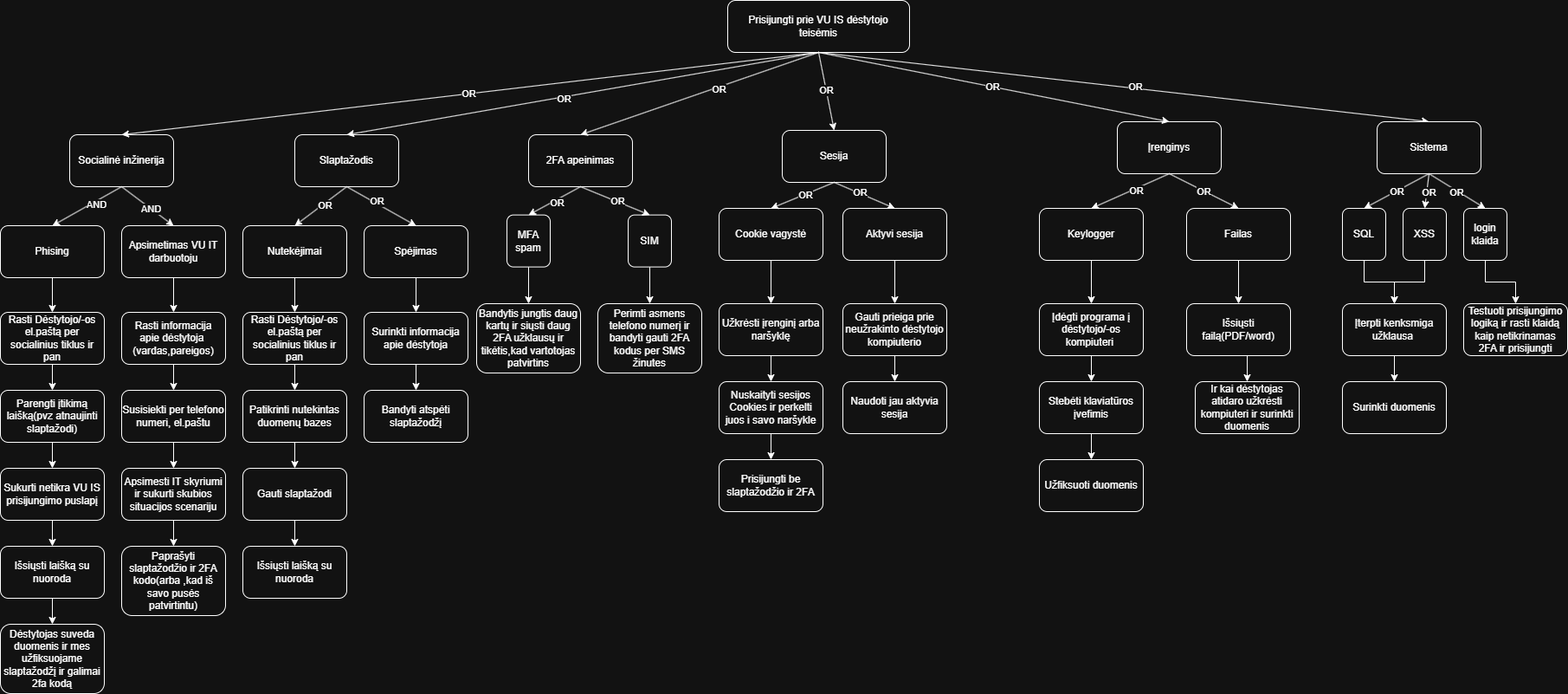
Earlier version of the draw.io export Diagrama be pavadinimo.drawio.png (ViktorijaPo/Notesapp). Source tidied: cells renumbered, new cells last; positions are measured from the earlier drawing's top-left corner, leaving out a move shared by most shapes.
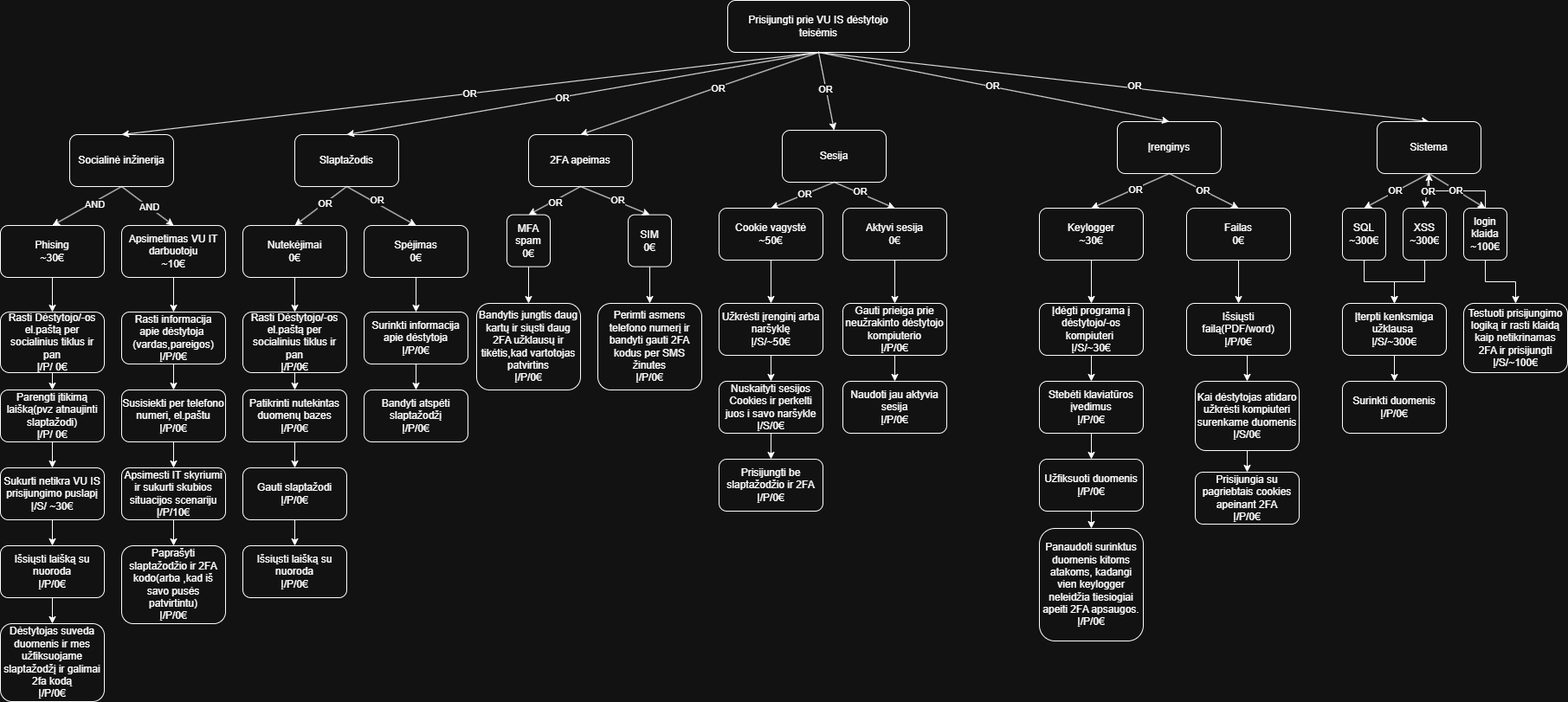
The same file after the commit.

What changed in the source:
```diff
@@ -16,3 +16,3 @@
     </mxCell>
-    <mxCell id="6" value="2FA apeinimas" style="rounded=1;whiteSpace=wrap;html=1;" parent="1" vertex="1">
+    <mxCell id="6" value="2FA apeimas" style="rounded=1;whiteSpace=wrap;html=1;" parent="1" vertex="1">
       <mxGeometry x="610" y="155" width="120" height="60" as="geometry" />
@@ -61,3 +61,3 @@
     </mxCell>
-    <mxCell id="21" value="Apsimetimas VU IT darbuotoju" style="rounded=1;whiteSpace=wrap;html=1;" parent="1" vertex="1">
+    <mxCell id="21" value="Apsimetimas VU IT darbuotoju&lt;div&gt;~10€&lt;/div&gt;" style="rounded=1;whiteSpace=wrap;html=1;" parent="1" vertex="1">
       <mxGeometry x="140" y="260" width="120" height="60" as="geometry" />
@@ -67,3 +67,3 @@
     </mxCell>
-    <mxCell id="23" value="Phising" style="rounded=1;whiteSpace=wrap;html=1;" parent="1" vertex="1">
+    <mxCell id="23" value="Phising&lt;div&gt;~30€&lt;/div&gt;" style="rounded=1;whiteSpace=wrap;html=1;" parent="1" vertex="1">
       <mxGeometry y="260" width="120" height="60" as="geometry" />
@@ -82,3 +82,3 @@
     </mxCell>
-    <mxCell id="28" value="Spėjimas" style="rounded=1;whiteSpace=wrap;html=1;" parent="1" vertex="1">
+    <mxCell id="28" value="Spėjimas&lt;div&gt;0€&lt;/div&gt;" style="rounded=1;whiteSpace=wrap;html=1;" parent="1" vertex="1">
       <mxGeometry x="420" y="260" width="120" height="60" as="geometry" />
@@ -88,3 +88,3 @@
     </mxCell>
-    <mxCell id="30" value="Nutekėjimai" style="rounded=1;whiteSpace=wrap;html=1;" parent="1" vertex="1">
+    <mxCell id="30" value="Nutekėjimai&lt;div&gt;0€&lt;/div&gt;" style="rounded=1;whiteSpace=wrap;html=1;" parent="1" vertex="1">
       <mxGeometry x="280" y="260" width="120" height="60" as="geometry" />
@@ -106,3 +106,3 @@
     </mxCell>
-    <mxCell id="36" value="MFA spam" style="rounded=1;whiteSpace=wrap;html=1;" parent="1" vertex="1">
+    <mxCell id="36" value="MFA spam&lt;div&gt;0€&lt;/div&gt;" style="rounded=1;whiteSpace=wrap;html=1;" parent="1" vertex="1">
       <mxGeometry x="585" y="247.6" width="50" height="60" as="geometry" />
@@ -112,3 +112,3 @@
     </mxCell>
-    <mxCell id="38" value="SIM" style="rounded=1;whiteSpace=wrap;html=1;" parent="1" vertex="1">
+    <mxCell id="38" value="SIM&lt;div&gt;0€&lt;/div&gt;" style="rounded=1;whiteSpace=wrap;html=1;" parent="1" vertex="1">
       <mxGeometry x="725" y="247.6" width="50" height="60" as="geometry" />
@@ -129,3 +129,3 @@
     </mxCell>
-    <mxCell id="43" value="Aktyvi sesija" style="rounded=1;whiteSpace=wrap;html=1;" parent="1" vertex="1">
+    <mxCell id="43" value="Aktyvi sesija&lt;div&gt;0€&lt;/div&gt;" style="rounded=1;whiteSpace=wrap;html=1;" parent="1" vertex="1">
       <mxGeometry x="973" y="240" width="120" height="60" as="geometry" />
@@ -135,3 +135,3 @@
     </mxCell>
-    <mxCell id="45" value="Cookie vagystė" style="rounded=1;whiteSpace=wrap;html=1;" parent="1" vertex="1">
+    <mxCell id="45" value="Cookie vagystė&lt;div&gt;~50€&lt;/div&gt;" style="rounded=1;whiteSpace=wrap;html=1;" parent="1" vertex="1">
       <mxGeometry x="830" y="240" width="120" height="60" as="geometry" />
@@ -153,3 +153,3 @@
     </mxCell>
-    <mxCell id="51" value="Failas" style="rounded=1;whiteSpace=wrap;html=1;" parent="1" vertex="1">
+    <mxCell id="51" value="Failas&lt;div&gt;0€&lt;/div&gt;" style="rounded=1;whiteSpace=wrap;html=1;" parent="1" vertex="1">
       <mxGeometry x="1370" y="240" width="120" height="60" as="geometry" />
@@ -159,3 +159,3 @@
     </mxCell>
-    <mxCell id="53" value="Keylogger" style="rounded=1;whiteSpace=wrap;html=1;" parent="1" vertex="1">
+    <mxCell id="53" value="Keylogger&lt;div&gt;~30€&lt;/div&gt;" style="rounded=1;whiteSpace=wrap;html=1;" parent="1" vertex="1">
       <mxGeometry x="1200" y="240" width="120" height="60" as="geometry" />
@@ -177,3 +177,3 @@
     </mxCell>
-    <mxCell id="59" value="SQL" style="rounded=1;whiteSpace=wrap;html=1;" parent="1" vertex="1">
+    <mxCell id="59" value="SQL&lt;div&gt;~300€&lt;/div&gt;" style="rounded=1;whiteSpace=wrap;html=1;" parent="1" vertex="1">
       <mxGeometry x="1550" y="240" width="50" height="60" as="geometry" />
@@ -183,3 +183,3 @@
     </mxCell>
-    <mxCell id="61" value="XSS" style="rounded=1;whiteSpace=wrap;html=1;" parent="1" vertex="1">
+    <mxCell id="61" value="XSS&lt;div&gt;~300€&lt;/div&gt;" style="rounded=1;whiteSpace=wrap;html=1;" parent="1" vertex="1">
       <mxGeometry x="1620" y="240" width="50" height="60" as="geometry" />
@@ -189,3 +189,6 @@
     </mxCell>
+    <mxCell id="120" style="edgeStyle=orthogonalEdgeStyle;rounded=0;jettySize=auto;html=1;" parent="1" edge="1" source="63" target="19">
+      <mxGeometry relative="1" as="geometry" />
+    </mxCell>
-    <mxCell id="63" value="login klaida" style="rounded=1;whiteSpace=wrap;html=1;" parent="1" vertex="1">
+    <mxCell id="63" value="login klaida&lt;div&gt;~100€&lt;/div&gt;" style="rounded=1;whiteSpace=wrap;html=1;" parent="1" vertex="1">
       <mxGeometry x="1690" y="240" width="50" height="60" as="geometry" />
@@ -213,4 +216,4 @@
     </mxCell>
-    <mxCell id="71" value="Rasti Dėstytojo/-os el.paštą per socialinius tiklus ir pan" style="rounded=1;whiteSpace=wrap;html=1;" parent="1" vertex="1">
-      <mxGeometry y="360" width="120" height="60" as="geometry" />
+    <mxCell id="71" value="Rasti Dėstytojo/-os el.paštą per socialinius tiklus ir pan&lt;div&gt;Į/P/ 0€&lt;/div&gt;" style="rounded=1;whiteSpace=wrap;html=1;" parent="1" vertex="1">
+      <mxGeometry y="360" width="120" height="70" as="geometry" />
     </mxCell>
@@ -219,3 +222,3 @@
     </mxCell>
-    <mxCell id="73" value="Parengti įtikimą laišką(pvz atnaujinti slaptažodi)" style="rounded=1;whiteSpace=wrap;html=1;" parent="1" vertex="1">
+    <mxCell id="73" value="Parengti įtikimą laišką(pvz atnaujinti slaptažodi)&lt;div&gt;Į/P/ 0€&lt;/div&gt;" style="rounded=1;whiteSpace=wrap;html=1;" parent="1" vertex="1">
       <mxGeometry y="450" width="120" height="60" as="geometry" />
@@ -225,3 +228,3 @@
     </mxCell>
-    <mxCell id="75" value="Sukurti netikra VU IS prisijungimo puslapį" style="rounded=1;whiteSpace=wrap;html=1;" parent="1" vertex="1">
+    <mxCell id="75" value="Sukurti netikra VU IS prisijungimo puslapį&lt;div&gt;Į/S/ ~30€&lt;/div&gt;" style="rounded=1;whiteSpace=wrap;html=1;" parent="1" vertex="1">
       <mxGeometry y="540" width="120" height="60" as="geometry" />
@@ -231,7 +234,7 @@
     </mxCell>
-    <mxCell id="77" value="Išsiųsti laišką su nuoroda" style="rounded=1;whiteSpace=wrap;html=1;" parent="1" vertex="1">
+    <mxCell id="77" value="Išsiųsti laišką su nuoroda&lt;div&gt;Į/P/0€&lt;/div&gt;" style="rounded=1;whiteSpace=wrap;html=1;" parent="1" vertex="1">
       <mxGeometry y="630" width="120" height="60" as="geometry" />
     </mxCell>
-    <mxCell id="78" value="Dėstytojas suveda duomenis ir mes užfiksuojame slaptažodžį ir galimai 2fa kodą" style="rounded=1;whiteSpace=wrap;html=1;" parent="1" vertex="1">
-      <mxGeometry y="720" width="120" height="80" as="geometry" />
+    <mxCell id="78" value="Dėstytojas suveda duomenis ir mes užfiksuojame slaptažodžį ir galimai 2fa kodą&lt;div&gt;Į/P/0€&lt;/div&gt;" style="rounded=1;whiteSpace=wrap;html=1;" parent="1" vertex="1">
+      <mxGeometry y="720" width="120" height="90" as="geometry" />
     </mxCell>
@@ -240,3 +243,3 @@
     </mxCell>
-    <mxCell id="80" value="Rasti informacija apie&amp;nbsp;dėstytoja&amp;nbsp;&lt;div&gt;(vardas,pareigos)&lt;/div&gt;" style="rounded=1;whiteSpace=wrap;html=1;" parent="1" vertex="1">
+    <mxCell id="80" value="Rasti informacija apie&amp;nbsp;dėstytoja&amp;nbsp;&lt;div&gt;(vardas,pareigos)&lt;/div&gt;&lt;div&gt;Į/P/0€&lt;/div&gt;" style="rounded=1;whiteSpace=wrap;html=1;" parent="1" vertex="1">
       <mxGeometry x="140" y="360" width="120" height="60" as="geometry" />
@@ -246,3 +249,3 @@
     </mxCell>
-    <mxCell id="82" value="Susisiekti per telefono numeri, el.paštu" style="rounded=1;whiteSpace=wrap;html=1;" parent="1" vertex="1">
+    <mxCell id="82" value="Susisiekti per telefono numeri, el.paštu&lt;div&gt;Į/P/0€&lt;/div&gt;" style="rounded=1;whiteSpace=wrap;html=1;" parent="1" vertex="1">
       <mxGeometry x="140" y="450" width="120" height="60" as="geometry" />
@@ -252,7 +255,7 @@
     </mxCell>
-    <mxCell id="84" value="Apsimesti IT skyriumi&lt;div&gt;ir sukurti skubios situacijos scenariju&lt;/div&gt;" style="rounded=1;whiteSpace=wrap;html=1;" parent="1" vertex="1">
+    <mxCell id="84" value="Apsimesti IT skyriumi&lt;div&gt;ir sukurti skubios situacijos scenariju&lt;/div&gt;&lt;div&gt;Į/P/10€&lt;/div&gt;" style="rounded=1;whiteSpace=wrap;html=1;" parent="1" vertex="1">
       <mxGeometry x="140" y="540" width="120" height="60" as="geometry" />
     </mxCell>
-    <mxCell id="85" value="Paprašyti slaptažodžio ir 2FA kodo(arba ,kad iš savo pusės patvirtintu)" style="rounded=1;whiteSpace=wrap;html=1;" parent="1" vertex="1">
-      <mxGeometry x="140" y="630" width="120" height="80" as="geometry" />
+    <mxCell id="85" value="Paprašyti slaptažodžio ir 2FA kodo(arba ,kad iš savo pusės patvirtintu)&lt;div&gt;Į/P/0€&lt;/div&gt;" style="rounded=1;whiteSpace=wrap;html=1;" parent="1" vertex="1">
+      <mxGeometry x="140" y="630" width="120" height="90" as="geometry" />
     </mxCell>
@@ -261,4 +264,4 @@
     </mxCell>
-    <mxCell id="87" value="Rasti Dėstytojo/-os el.paštą per socialinius tiklus ir pan" style="rounded=1;whiteSpace=wrap;html=1;" parent="1" vertex="1">
-      <mxGeometry x="280" y="360" width="120" height="60" as="geometry" />
+    <mxCell id="87" value="Rasti Dėstytojo/-os el.paštą per socialinius tiklus ir pan&lt;div&gt;Į/P/0€&lt;/div&gt;" style="rounded=1;whiteSpace=wrap;html=1;" parent="1" vertex="1">
+      <mxGeometry x="280" y="360" width="120" height="70" as="geometry" />
     </mxCell>
@@ -267,3 +270,3 @@
     </mxCell>
-    <mxCell id="89" value="Patikrinti nutekintas duomenų bazes" style="rounded=1;whiteSpace=wrap;html=1;" parent="1" vertex="1">
+    <mxCell id="89" value="Patikrinti nutekintas duomenų bazes&lt;div&gt;Į/P/0€&lt;/div&gt;" style="rounded=1;whiteSpace=wrap;html=1;" parent="1" vertex="1">
       <mxGeometry x="280" y="450" width="120" height="60" as="geometry" />
@@ -273,6 +276,6 @@
     </mxCell>
-    <mxCell id="91" value="Gauti slaptažodi" style="rounded=1;whiteSpace=wrap;html=1;" parent="1" vertex="1">
+    <mxCell id="91" value="Gauti slaptažodi&lt;div&gt;Į/P/0€&lt;/div&gt;" style="rounded=1;whiteSpace=wrap;html=1;" parent="1" vertex="1">
       <mxGeometry x="280" y="540" width="120" height="60" as="geometry" />
     </mxCell>
-    <mxCell id="92" value="Išsiųsti laišką su nuoroda" style="rounded=1;whiteSpace=wrap;html=1;" parent="1" vertex="1">
+    <mxCell id="92" value="Išsiųsti laišką su nuoroda&lt;div&gt;Į/P/0€&lt;/div&gt;" style="rounded=1;whiteSpace=wrap;html=1;" parent="1" vertex="1">
       <mxGeometry x="280" y="630" width="120" height="60" as="geometry" />
@@ -282,6 +285,6 @@
     </mxCell>
-    <mxCell id="94" value="Surinkti informacija apie dėstytoja" style="rounded=1;whiteSpace=wrap;html=1;" parent="1" vertex="1">
+    <mxCell id="94" value="Surinkti informacija apie dėstytoja&lt;div&gt;Į/P/0€&lt;/div&gt;" style="rounded=1;whiteSpace=wrap;html=1;" parent="1" vertex="1">
       <mxGeometry x="420" y="360" width="120" height="60" as="geometry" />
     </mxCell>
-    <mxCell id="95" value="Bandyti atspėti slaptažodžį" style="rounded=1;whiteSpace=wrap;html=1;" parent="1" vertex="1">
+    <mxCell id="95" value="Bandyti atspėti slaptažodžį&lt;div&gt;Į/P/0€&lt;/div&gt;" style="rounded=1;whiteSpace=wrap;html=1;" parent="1" vertex="1">
       <mxGeometry x="420" y="450" width="120" height="60" as="geometry" />
@@ -291,7 +294,7 @@
     </mxCell>
-    <mxCell id="97" value="Bandytis jungtis daug kartų ir siųsti daug 2FA užklausų ir tikėtis,kad vartotojas patvirtins" style="rounded=1;whiteSpace=wrap;html=1;" parent="1" vertex="1">
-      <mxGeometry x="550" y="350" width="120" height="80" as="geometry" />
+    <mxCell id="97" value="Bandytis jungtis daug kartų ir siųsti daug 2FA užklausų ir tikėtis,kad vartotojas patvirtins&lt;div&gt;Į/P/0€&lt;/div&gt;" style="rounded=1;whiteSpace=wrap;html=1;" parent="1" vertex="1">
+      <mxGeometry x="550" y="350" width="120" height="100" as="geometry" />
     </mxCell>
-    <mxCell id="98" value="Perimti asmens telefono numerį ir bandyti gauti 2FA kodus per SMS žinutes" style="rounded=1;whiteSpace=wrap;html=1;" parent="1" vertex="1">
-      <mxGeometry x="690" y="350" width="120" height="80" as="geometry" />
+    <mxCell id="98" value="Perimti asmens telefono numerį ir bandyti gauti 2FA kodus per SMS žinutes&lt;div&gt;Į/P/0€&lt;/div&gt;" style="rounded=1;whiteSpace=wrap;html=1;" parent="1" vertex="1">
+      <mxGeometry x="690" y="350" width="120" height="100" as="geometry" />
     </mxCell>
@@ -300,3 +303,3 @@
     </mxCell>
-    <mxCell id="100" value="Užkrėsti įrenginį arba naršyklę" style="rounded=1;whiteSpace=wrap;html=1;" parent="1" vertex="1">
+    <mxCell id="100" value="Užkrėsti įrenginį arba naršyklę&lt;div&gt;Į/S/~50€&lt;/div&gt;" style="rounded=1;whiteSpace=wrap;html=1;" parent="1" vertex="1">
       <mxGeometry x="830" y="350" width="120" height="60" as="geometry" />
@@ -306,6 +309,6 @@
     </mxCell>
-    <mxCell id="102" value="Nuskaityti sesijos Cookies ir perkelti juos i savo naršykle" style="rounded=1;whiteSpace=wrap;html=1;" parent="1" vertex="1">
+    <mxCell id="102" value="Nuskaityti sesijos Cookies ir perkelti juos i savo naršykle&lt;div&gt;Į/S/0€&lt;/div&gt;" style="rounded=1;whiteSpace=wrap;html=1;" parent="1" vertex="1">
       <mxGeometry x="830" y="440" width="120" height="60" as="geometry" />
     </mxCell>
-    <mxCell id="103" value="Prisijungti be slaptažodžio ir 2FA" style="rounded=1;whiteSpace=wrap;html=1;" parent="1" vertex="1">
+    <mxCell id="103" value="Prisijungti be slaptažodžio ir 2FA&lt;div&gt;Į/P/0€&lt;/div&gt;" style="rounded=1;whiteSpace=wrap;html=1;" parent="1" vertex="1">
       <mxGeometry x="830" y="530" width="120" height="60" as="geometry" />
@@ -315,3 +318,3 @@
     </mxCell>
-    <mxCell id="105" value="Gauti prieiga prie neužrakinto dėstytojo kompiuterio" style="rounded=1;whiteSpace=wrap;html=1;" parent="1" vertex="1">
+    <mxCell id="105" value="Gauti prieiga prie neužrakinto dėstytojo kompiuterio&lt;div&gt;Į/P/0€&lt;/div&gt;" style="rounded=1;whiteSpace=wrap;html=1;" parent="1" vertex="1">
       <mxGeometry x="973" y="350" width="120" height="60" as="geometry" />
@@ -321,3 +324,3 @@
     </mxCell>
-    <mxCell id="107" value="Naudoti jau aktyvia sesija" style="rounded=1;whiteSpace=wrap;html=1;" parent="1" vertex="1">
+    <mxCell id="107" value="Naudoti jau aktyvia sesija&lt;div&gt;Į/P/0€&lt;/div&gt;" style="rounded=1;whiteSpace=wrap;html=1;" parent="1" vertex="1">
       <mxGeometry x="973" y="440" width="120" height="60" as="geometry" />
@@ -327,12 +330,15 @@
     </mxCell>
-    <mxCell id="109" value="Įdėgti programa į dėstytojo/-os kompiuteri&amp;nbsp;" style="rounded=1;whiteSpace=wrap;html=1;" parent="1" vertex="1">
+    <mxCell id="109" value="Įdėgti programa į dėstytojo/-os kompiuteri&amp;nbsp;&lt;div&gt;Į/S/~30€&lt;/div&gt;" style="rounded=1;whiteSpace=wrap;html=1;" parent="1" vertex="1">
       <mxGeometry x="1200" y="350" width="120" height="60" as="geometry" />
     </mxCell>
-    <mxCell id="110" style="edgeStyle=orthogonalEdgeStyle;rounded=0;jettySize=auto;html=1;exitX=0.5;exitY=1;exitDx=0;exitDy=0;entryX=0.5;entryY=0;entryDx=0;entryDy=0;" parent="1" edge="1" source="111" target="112">
+    <mxCell id="110" value=" " style="edgeStyle=orthogonalEdgeStyle;rounded=0;jettySize=auto;html=1;exitX=0.5;exitY=1;exitDx=0;exitDy=0;entryX=0.5;entryY=0;entryDx=0;entryDy=0;" parent="1" edge="1" source="111" target="112">
       <mxGeometry relative="1" as="geometry" />
     </mxCell>
-    <mxCell id="111" value="Stebėti klaviatūros įvefimis" style="rounded=1;whiteSpace=wrap;html=1;" parent="1" vertex="1">
+    <mxCell id="111" value="Stebėti klaviatūros įvedimus&lt;div&gt;Į/P/0€&lt;/div&gt;" style="rounded=1;whiteSpace=wrap;html=1;" parent="1" vertex="1">
       <mxGeometry x="1200" y="440" width="120" height="60" as="geometry" />
     </mxCell>
+    <mxCell id="121" style="edgeStyle=orthogonalEdgeStyle;rounded=0;jettySize=auto;html=1;exitX=0.5;exitY=1;exitDx=0;exitDy=0;entryX=0.5;entryY=0;entryDx=0;entryDy=0;" parent="1" edge="1" source="112" target="123">
+      <mxGeometry relative="1" as="geometry" />
+    </mxCell>
-    <mxCell id="112" value="Užfiksuoti duomenis" style="rounded=1;whiteSpace=wrap;html=1;" parent="1" vertex="1">
+    <mxCell id="112" value="Užfiksuoti duomenis&lt;div&gt;&lt;div&gt;&lt;span style=&quot;background-color: transparent; color: light-dark(rgb(0, 0, 0), rgb(255, 255, 255));&quot;&gt;Į/P/0€&lt;/span&gt;&lt;/div&gt;&lt;/div&gt;" style="rounded=1;whiteSpace=wrap;html=1;" parent="1" vertex="1">
       <mxGeometry x="1200" y="530" width="120" height="60" as="geometry" />
@@ -342,7 +348,10 @@
     </mxCell>
-    <mxCell id="114" value="Išsiųsti failą(PDF/word)" style="rounded=1;whiteSpace=wrap;html=1;" parent="1" vertex="1">
+    <mxCell id="114" value="Išsiųsti failą(PDF/word)&lt;div&gt;Į/P/0€&lt;/div&gt;" style="rounded=1;whiteSpace=wrap;html=1;" parent="1" vertex="1">
       <mxGeometry x="1370" y="350" width="120" height="60" as="geometry" />
     </mxCell>
+    <mxCell id="122" style="edgeStyle=orthogonalEdgeStyle;rounded=0;jettySize=auto;html=1;exitX=0.5;exitY=1;exitDx=0;exitDy=0;" parent="1" edge="1" source="115" target="124">
+      <mxGeometry relative="1" as="geometry" />
+    </mxCell>
-    <mxCell id="115" value="Ir kai dėstytojas atidaro užkrėsti kompiuteri ir surinkti duomenis" style="rounded=1;whiteSpace=wrap;html=1;" parent="1" vertex="1">
-      <mxGeometry x="1380" y="440" width="120" height="60" as="geometry" />
+    <mxCell id="115" value="Kai dėstytojas atidaro užkrėsti kompiuteri surenkame duomenis&lt;div&gt;Į/S/0€&lt;/div&gt;" style="rounded=1;whiteSpace=wrap;html=1;" parent="1" vertex="1">
+      <mxGeometry x="1380" y="440" width="120" height="80" as="geometry" />
     </mxCell>
@@ -351,11 +360,17 @@
     </mxCell>
-    <mxCell id="117" value="Įterpti kenksmiga užklausa&amp;nbsp;" style="rounded=1;whiteSpace=wrap;html=1;" parent="1" vertex="1">
+    <mxCell id="117" value="Įterpti kenksmiga užklausa&amp;nbsp;&lt;div&gt;Į/S/~300€&lt;/div&gt;" style="rounded=1;whiteSpace=wrap;html=1;" parent="1" vertex="1">
       <mxGeometry x="1550" y="350" width="120" height="60" as="geometry" />
     </mxCell>
-    <mxCell id="118" value="Surinkti duomenis" style="rounded=1;whiteSpace=wrap;html=1;" parent="1" vertex="1">
+    <mxCell id="118" value="Surinkti duomenis&lt;div&gt;Į/P/0€&lt;/div&gt;" style="rounded=1;whiteSpace=wrap;html=1;" parent="1" vertex="1">
       <mxGeometry x="1550" y="440" width="120" height="60" as="geometry" />
     </mxCell>
-    <mxCell id="119" value="Testuoti prisijungimo logiką ir rasti klaidą kaip netikrinamas 2FA ir prisijungti" style="rounded=1;whiteSpace=wrap;html=1;" parent="1" vertex="1">
-      <mxGeometry x="1690" y="350" width="120" height="60" as="geometry" />
+    <mxCell id="119" value="Testuoti prisijungimo logiką ir rasti klaidą kaip netikrinamas 2FA ir prisijungti&lt;div&gt;Į/S/~100€&lt;/div&gt;" style="rounded=1;whiteSpace=wrap;html=1;" parent="1" vertex="1">
+      <mxGeometry x="1690" y="350" width="120" height="80" as="geometry" />
     </mxCell>
+    <mxCell id="123" value="Panaudoti surinktus duomenis kitoms atakoms, kadangi vien keylogger neleidžia tiesiogiai apeiti 2FA apsaugos.&lt;div&gt;Į/P/0&lt;span style=&quot;background-color: transparent; color: light-dark(rgb(0, 0, 0), rgb(255, 255, 255));&quot;&gt;€&lt;/span&gt;&lt;/div&gt;" style="rounded=1;whiteSpace=wrap;html=1;" parent="1" vertex="1">
+      <mxGeometry x="1200" y="610" width="120" height="130" as="geometry" />
+    </mxCell>
+    <mxCell id="124" value="Prisijungia su pagriebtais cookies apeinant 2FA&lt;div&gt;Į/P/0&lt;span style=&quot;background-color: transparent; color: light-dark(rgb(0, 0, 0), rgb(255, 255, 255));&quot;&gt;€&lt;/span&gt;&lt;/div&gt;" style="rounded=1;whiteSpace=wrap;html=1;" parent="1" vertex="1">
+      <mxGeometry x="1380" y="545" width="120" height="60" as="geometry" />
+    </mxCell>
   </root>
```
